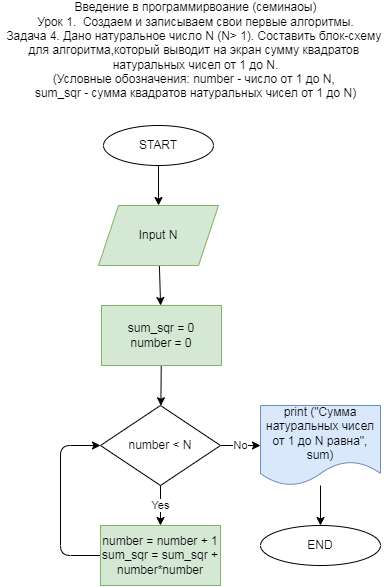
The draw.io diagram Folder_for_block_diagrams/3.drawio.png in irina792901/additional_tasks_on_algorithms, before a commit. Source tidied: cells renumbered, new cells last; positions are measured from the earlier drawing's top-left corner, leaving out a move shared by most shapes.
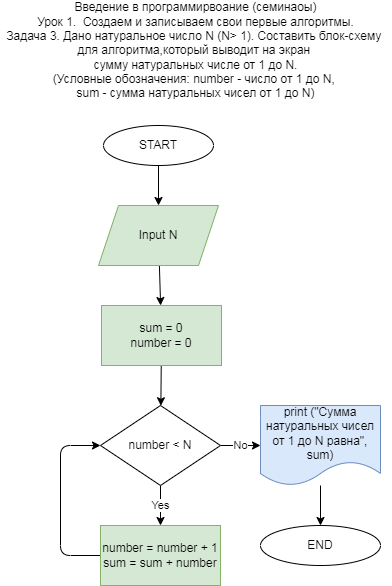
After the commit.

Commit message:
Добавила блок-схемы 5  и 6

Diff of the diagram source:
```diff
@@ -17,7 +17,7 @@
     <mxCell id="6" style="edgeStyle=none;html=1;rounded=0;" parent="1" edge="1" source="7" target="10">
       <mxGeometry relative="1" as="geometry" />
     </mxCell>
-    <mxCell id="7" value="sum_sqr = 0&lt;br&gt;number = 0" style="rounded=0;whiteSpace=wrap;html=1;fillColor=#d5e8d4;strokeColor=#82b366;" parent="1" vertex="1">
+    <mxCell id="7" value="sum = 0&lt;br&gt;number = 0" style="rounded=0;whiteSpace=wrap;html=1;fillColor=#d5e8d4;strokeColor=#82b366;" parent="1" vertex="1">
       <mxGeometry x="101" y="305" width="120" height="60" as="geometry" />
     </mxCell>
     <mxCell id="8" value="Yes" style="edgeStyle=none;html=1;rounded=0;" parent="1" edge="1" source="10">
@@ -47,10 +47,10 @@
         </Array>
       </mxGeometry>
     </mxCell>
-    <mxCell id="14" value="number = number + 1&lt;br&gt;sum_sqr = sum_sqr + number*number" style="rounded=0;whiteSpace=wrap;html=1;fillColor=#d5e8d4;strokeColor=#82b366;" parent="1" vertex="1">
+    <mxCell id="14" value="number = number + 1&lt;br&gt;sum = sum + number" style="rounded=0;whiteSpace=wrap;html=1;fillColor=#d5e8d4;strokeColor=#82b366;" parent="1" vertex="1">
       <mxGeometry x="100" y="525" width="120" height="60" as="geometry" />
     </mxCell>
-    <mxCell id="15" value="Введение в программирвоание (семинаоы)&lt;br&gt;Урок 1.&amp;nbsp;&amp;nbsp;Создаем и записываем свои первые алгоритмы.&lt;br&gt;Задача 4. Дано натуральное число N (N&amp;gt; 1). Составить блок-схему &lt;br&gt;для алгоритма,который выводит на экран сумму квадратов &lt;br&gt;натуральных чисел&amp;nbsp;от 1 до N.&lt;br&gt;(Условные обозначения: number - число от 1 до N, &lt;br&gt;sum_sqr - сумма квадратов натуральных чисел от 1 до N)" style="text;html=1;align=center;verticalAlign=middle;fillColor=none;strokeColor=none;rounded=0;" parent="1" vertex="1">
+    <mxCell id="15" value="Введение в программирвоание (семинаоы)&lt;br&gt;Урок 1.&amp;nbsp;&amp;nbsp;Создаем и записываем свои первые алгоритмы.&lt;br&gt;Задача 3. Дано натуральное число N (N&amp;gt; 1). Составить блок-схему &lt;br&gt;для алгоритма,который выводит на экран &lt;br&gt;сумму натуральных числе от 1 до N.&lt;br&gt;(Условные обозначения: number - число от 1 до N, &lt;br&gt;sum - сумма натуральных чисел от 1 до N)" style="text;html=1;align=center;verticalAlign=middle;fillColor=none;strokeColor=none;rounded=0;" parent="1" vertex="1">
       <mxGeometry width="390" height="100" as="geometry" />
     </mxCell>
     <mxCell id="16" value="END" style="ellipse;whiteSpace=wrap;html=1;rounded=0;" parent="1" vertex="1">
```
